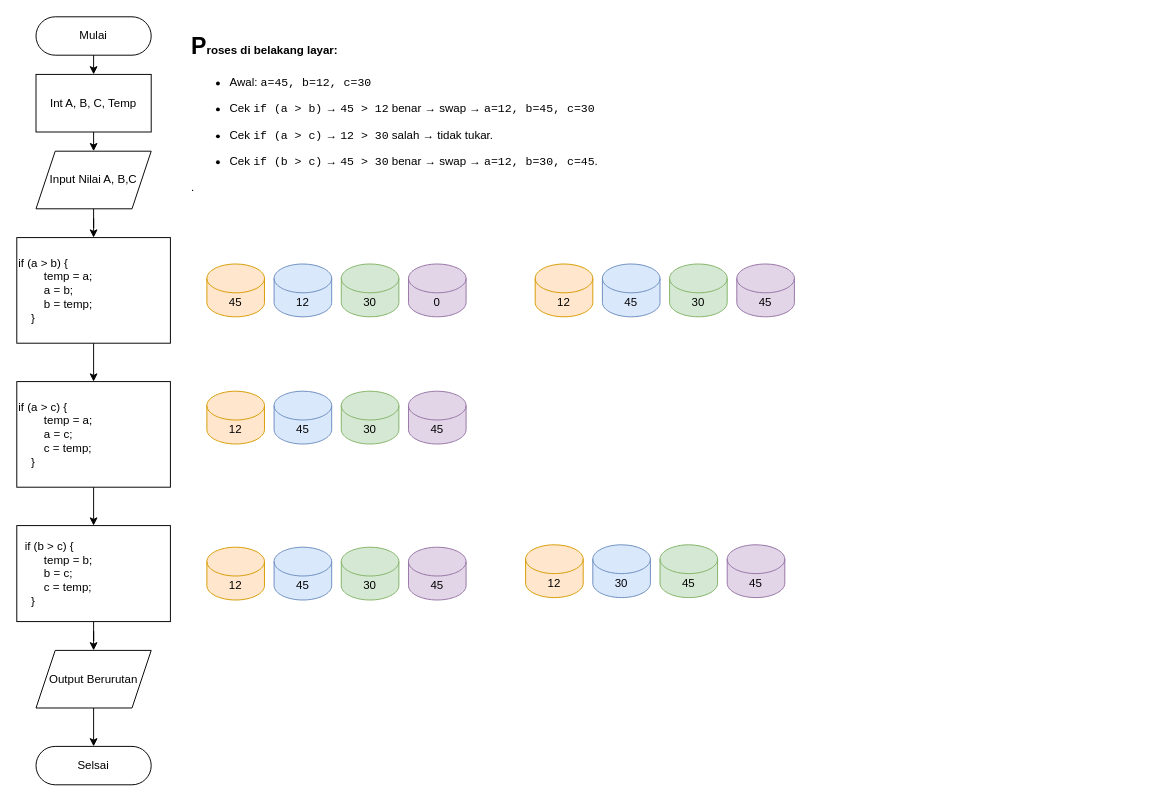
NoerFajrin/Teori-Algoritma-dan-Pemograman keeps this draw.io diagram as Diagram Tanpa Judul.drawio. Above is the earlier version. Source tidied: cells renumbered, new cells numbered last; positions are measured from the earlier drawing's top-left corner, leaving out a move shared by most shapes. Both pictures are drawn from the tidied source at 96%, with x=0, y=0 at pixel (16, 16).
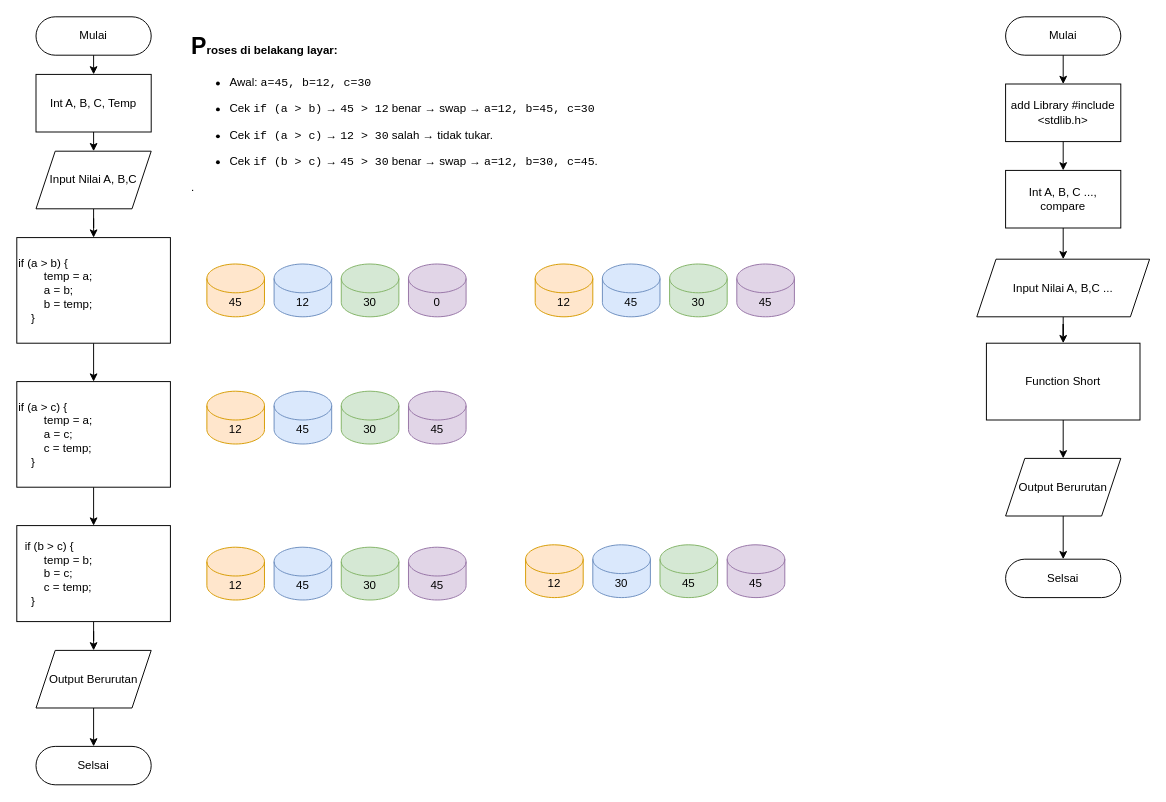
Above is the later version.

The edit, as a diff of the source:
```diff
@@
+    <mxCell id="38" value="Mulai" style="rounded=1;whiteSpace=wrap;html=1;arcSize=50;" parent="1" vertex="1">
+      <mxGeometry x="1030" width="120" height="40" as="geometry" />
+    </mxCell>
+    <mxCell id="39" style="edgeStyle=orthogonalEdgeStyle;rounded=0;jettySize=auto;html=1;" parent="1" edge="1" source="40" target="42">
+      <mxGeometry relative="1" as="geometry" />
+    </mxCell>
+    <mxCell id="40" value="Input Nilai A, B,C ..." style="shape=parallelogram;perimeter=parallelogramPerimeter;whiteSpace=wrap;html=1;fixedSize=1;" parent="1" vertex="1">
+      <mxGeometry x="1000" y="252.5" width="180" height="60" as="geometry" />
+    </mxCell>
+    <mxCell id="41" value="add Library&amp;nbsp;#include &amp;lt;stdlib.h&amp;gt;" style="rounded=0;whiteSpace=wrap;html=1;" parent="1" vertex="1">
+      <mxGeometry x="1030" y="70" width="120" height="60" as="geometry" />
+    </mxCell>
+    <mxCell id="42" value="&lt;div&gt;Function Short&lt;/div&gt;" style="rounded=0;whiteSpace=wrap;html=1;align=center;" parent="1" vertex="1">
+      <mxGeometry x="1010" y="340" width="160" height="80" as="geometry" />
+    </mxCell>
+    <mxCell id="43" style="endArrow=classic;html=1;rounded=0;exitX=0.5;exitY=1;exitDx=0;exitDy=0;entryX=0.5;entryY=0;entryDx=0;entryDy=0;" parent="1" edge="1" source="38" target="41">
+      <mxGeometry relative="1" as="geometry" />
+    </mxCell>
+    <mxCell id="44" style="edgeStyle=orthogonalEdgeStyle;rounded=0;jettySize=auto;html=1;" parent="1" edge="1" source="45" target="46">
+      <mxGeometry relative="1" as="geometry" />
+    </mxCell>
+    <mxCell id="45" value="Output Berurutan" style="shape=parallelogram;perimeter=parallelogramPerimeter;whiteSpace=wrap;html=1;fixedSize=1;" parent="1" vertex="1">
+      <mxGeometry x="1030" y="460" width="120" height="60" as="geometry" />
+    </mxCell>
+    <mxCell id="46" value="Selsai" style="rounded=1;whiteSpace=wrap;html=1;arcSize=50;" parent="1" vertex="1">
+      <mxGeometry x="1030" y="565" width="120" height="40" as="geometry" />
+    </mxCell>
+    <mxCell id="47" value="Int A, B, C ..., compare" style="rounded=0;whiteSpace=wrap;html=1;" parent="1" vertex="1">
+      <mxGeometry x="1030" y="160" width="120" height="60" as="geometry" />
+    </mxCell>
+    <mxCell id="48" style="endArrow=classic;html=1;rounded=0;exitX=0.5;exitY=1;exitDx=0;exitDy=0;entryX=0.5;entryY=0;entryDx=0;entryDy=0;" parent="1" edge="1" source="41" target="47">
+      <mxGeometry relative="1" as="geometry" />
+    </mxCell>
+    <mxCell id="49" style="endArrow=classic;html=1;rounded=0;entryX=0.5;entryY=0;entryDx=0;entryDy=0;" parent="1" edge="1" source="47" target="40">
+      <mxGeometry relative="1" as="geometry" />
+    </mxCell>
+    <mxCell id="50" style="edgeStyle=orthogonalEdgeStyle;rounded=0;jettySize=auto;html=1;entryX=0.5;entryY=0;entryDx=0;entryDy=0;exitX=0.5;exitY=1;exitDx=0;exitDy=0;" parent="1" edge="1" source="42" target="45">
+      <mxGeometry relative="1" as="geometry" />
+    </mxCell>
```
